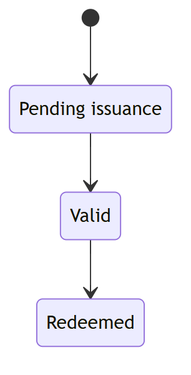
Before: doc/diagrams/v1/05-ticket-states.png, a diagram exported from Mermaid (kreativesahara/ticket). Its source is kept beside it as doc/diagrams/v1/05-ticket-states.mmd.
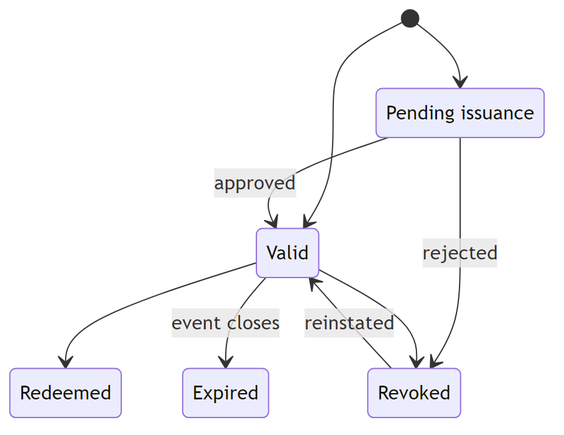
Above is the later version.

Diff of the diagram source:
```diff
@@ -1,5 +1,10 @@
 stateDiagram-v2
     PendingIssuance : Pending issuance
     [*] --> PendingIssuance
-    PendingIssuance --> Valid
+    [*] --> Valid
+    PendingIssuance --> Valid : approved
+    PendingIssuance --> Revoked : rejected
     Valid --> Redeemed
+    Valid --> Revoked
+    Revoked --> Valid : reinstated
+    Valid --> Expired : event closes
```
